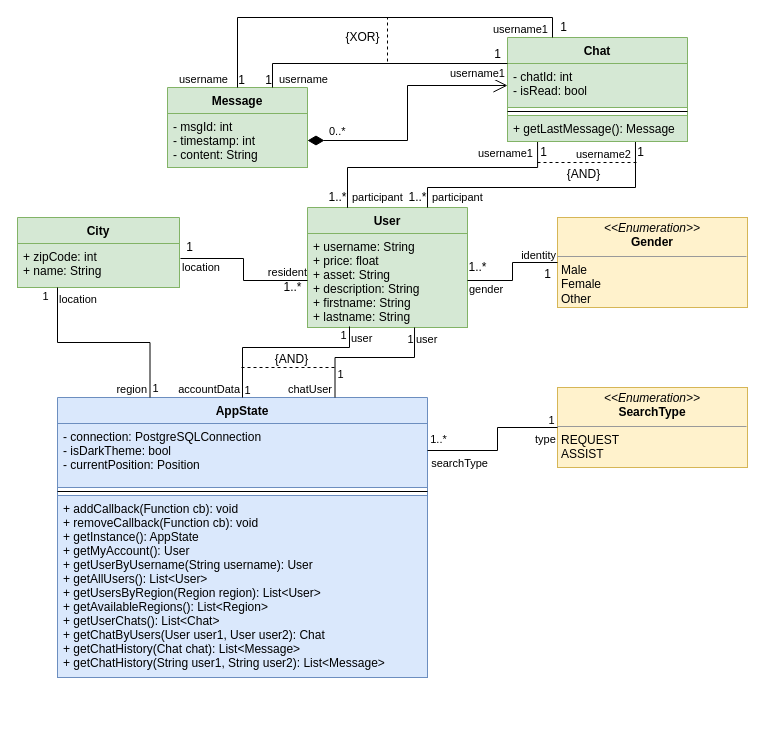
Before: doc/uml.drawio in matwoess/helpout, a draw.io diagram. Source tidied: cells renumbered, new cells numbered last; positions are measured from the earlier drawing's top-left corner, leaving out a move shared by most shapes. Both pictures are drawn from the tidied source at 100%, with x=0, y=0 at pixel (17, 17).
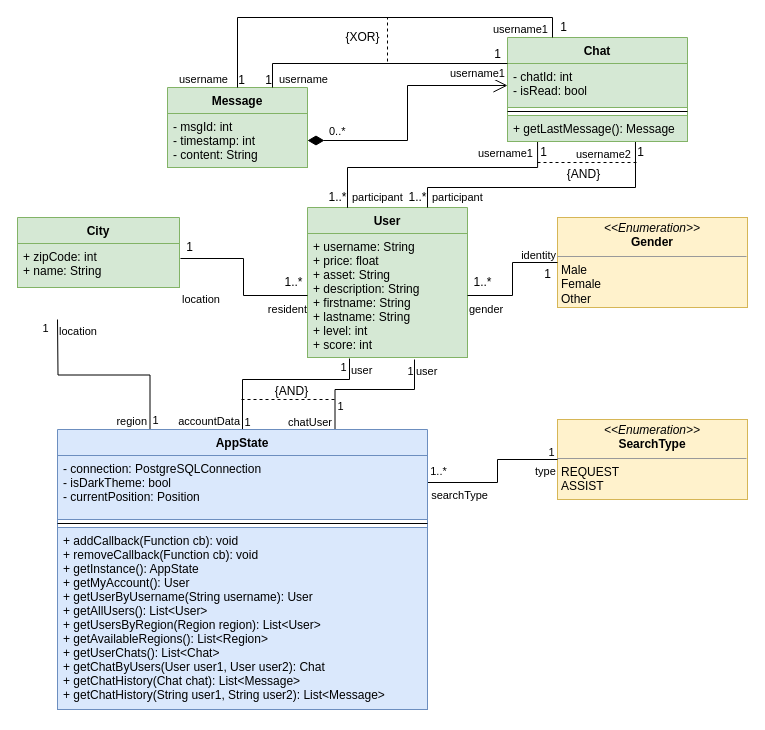
The same page after the edit.

Unchanged cells that the change refers to:
```xml
<mxCell id="7" value="+ zipCode: int&#10;+ name: String" style="text;strokeColor=#82b366;fillColor=#d5e8d4;align=left;verticalAlign=top;spacingLeft=4;spacingRight=4;overflow=hidden;points=[[0,0.5],[1,0.5]];portConstraint=eastwest;" parent="6" vertex="1">
  <mxGeometry y="26" width="162" height="44" as="geometry" />
</mxCell>
<mxCell id="14" style="endArrow=none;html=1;edgeStyle=orthogonalEdgeStyle;fontColor=#000000;exitX=1;exitY=0.5;exitDx=0;exitDy=0;entryX=0;entryY=0.5;entryDx=0;entryDy=0;rounded=0;" parent="1" edge="1" source="3" target="5">
  <mxGeometry relative="1" as="geometry" />
</mxCell>
<mxCell id="19" style="endArrow=none;html=1;edgeStyle=orthogonalEdgeStyle;fontColor=#000000;exitX=1.006;exitY=0.341;exitDx=0;exitDy=0;entryX=0;entryY=0.5;entryDx=0;entryDy=0;rounded=0;exitPerimeter=0;" parent="1" edge="1" source="7" target="3">
  <mxGeometry relative="1" as="geometry" />
</mxCell>
```

Diff of the diagram source:
```diff
@@
     <mxCell id="2" value="User" style="swimlane;fontStyle=1;align=center;verticalAlign=top;horizontal=1;startSize=26;fillColor=#d5e8d4;strokeColor=#82b366;" parent="1" vertex="1">
-      <mxGeometry x="290" y="190" width="160" height="120" as="geometry" />
+      <mxGeometry x="290" y="190" width="160" height="150" as="geometry" />
     </mxCell>
-    <mxCell id="3" value="+ username: String&#10;+ price: float&#10;+ asset: String&#10;+ description: String&#10;+ firstname: String&#10;+ lastname: String" style="text;strokeColor=#82b366;fillColor=#d5e8d4;align=left;verticalAlign=top;spacingLeft=4;spacingRight=4;overflow=hidden;points=[[0,0.5],[1,0.5]];portConstraint=eastwest;" parent="2" vertex="1">
-      <mxGeometry y="26" width="160" height="94" as="geometry" />
+    <mxCell id="3" value="+ username: String&#10;+ price: float&#10;+ asset: String&#10;+ description: String&#10;+ firstname: String&#10;+ lastname: String&#10;+ level: int&#10;+ score: int" style="text;strokeColor=#82b366;fillColor=#d5e8d4;align=left;verticalAlign=top;spacingLeft=4;spacingRight=4;overflow=hidden;points=[[0,0.5],[1,0.5]];portConstraint=eastwest;" parent="2" vertex="1">
+      <mxGeometry y="26" width="160" height="124" as="geometry" />
     </mxCell>
     <mxCell id="4" style="line;strokeWidth=1;fillColor=none;align=left;verticalAlign=middle;spacingTop=-1;spacingLeft=3;spacingRight=3;labelPosition=right;" parent="2" vertex="1">
-      <mxGeometry y="120" width="160" as="geometry" />
+      <mxGeometry y="150" width="160" as="geometry" />
     </mxCell>
@@
     <mxCell id="15" value="gender" style="edgeLabel;html=1;align=left;verticalAlign=bottom;" parent="14" vertex="1">
       <mxGeometry x="-1" relative="1" as="geometry">
-        <mxPoint y="17" as="offset" />
+        <mxPoint y="22" as="offset" />
       </mxGeometry>
     </mxCell>
@@
     <mxCell id="18" value="1..*" style="text;html=1;align=center;verticalAlign=middle;fontColor=#000000;" parent="1" vertex="1">
-      <mxGeometry x="445" y="240" width="30" height="20" as="geometry" />
+      <mxGeometry x="450" y="255" width="30" height="20" as="geometry" />
     </mxCell>
@@
     <mxCell id="20" value="location" style="edgeLabel;html=1;align=left;verticalAlign=bottom;" parent="19" vertex="1">
       <mxGeometry x="-1" relative="1" as="geometry">
-        <mxPoint y="17" as="offset" />
+        <mxPoint y="49" as="offset" />
       </mxGeometry>
     </mxCell>
     <mxCell id="21" value="resident" style="edgeLabel;html=1;align=right;verticalAlign=bottom;" parent="19" vertex="1">
       <mxGeometry x="1" relative="1" as="geometry">
-        <mxPoint x="-0.1" as="offset" />
+        <mxPoint x="-0.1" y="22" as="offset" />
       </mxGeometry>
     </mxCell>
@@
     <mxCell id="23" value="1..*" style="text;html=1;align=center;verticalAlign=middle;fontColor=#000000;" parent="1" vertex="1">
-      <mxGeometry x="260" y="260" width="30" height="20" as="geometry" />
+      <mxGeometry x="261" y="255" width="30" height="20" as="geometry" />
     </mxCell>
     <mxCell id="24" value="&lt;p style=&quot;margin: 0px ; margin-top: 4px ; text-align: center&quot;&gt;&lt;i&gt;&amp;lt;&amp;lt;Enumeration&amp;gt;&amp;gt;&lt;/i&gt;&lt;br&gt;&lt;b&gt;SearchType&lt;/b&gt;&lt;/p&gt;&lt;hr size=&quot;1&quot;&gt;&lt;p style=&quot;margin: 0px ; margin-left: 4px&quot;&gt;REQUEST&lt;/p&gt;&lt;p style=&quot;margin: 0px ; margin-left: 4px&quot;&gt;ASSIST&lt;/p&gt;&lt;hr size=&quot;1&quot;&gt;&lt;p style=&quot;margin: 0px ; margin-left: 4px&quot;&gt;&lt;br&gt;&lt;/p&gt;" style="verticalAlign=top;align=left;overflow=fill;fontSize=12;fontFamily=Helvetica;html=1;fillColor=#fff2cc;strokeColor=#d6b656;" parent="1" vertex="1">
-      <mxGeometry x="540" y="370" width="190" height="80" as="geometry" />
+      <mxGeometry x="540" y="402" width="190" height="80" as="geometry" />
     </mxCell>
-    <mxCell id="25" value="AppState" style="swimlane;fontStyle=1;align=center;verticalAlign=top;horizontal=1;startSize=26;fillColor=#dae8fc;strokeColor=#6c8ebf;" parent="1" vertex="1">
-      <mxGeometry x="40" y="380" width="370" height="280" as="geometry" />
-    </mxCell>
-    <mxCell id="26" value="- connection: PostgreSQLConnection&#10;- isDarkTheme: bool&#10;- currentPosition: Position" style="text;strokeColor=#6c8ebf;fillColor=#dae8fc;align=left;verticalAlign=top;spacingLeft=4;spacingRight=4;overflow=hidden;" parent="25" vertex="1">
-      <mxGeometry y="26" width="370" height="64" as="geometry" />
-    </mxCell>
-    <mxCell id="27" style="line;strokeWidth=1;fillColor=none;align=left;verticalAlign=middle;spacingTop=-1;spacingLeft=3;spacingRight=3;labelPosition=right;" parent="25" vertex="1">
-      <mxGeometry y="90" width="370" height="8" as="geometry" />
-    </mxCell>
-    <mxCell id="28" value="+ addCallback(Function cb): void&#10;+ removeCallback(Function cb): void&#10;+ getInstance(): AppState&#10;+ getMyAccount(): User&#10;+ getUserByUsername(String username): User&#10;+ getAllUsers(): List&lt;User&gt;&#10;+ getUsersByRegion(Region region): List&lt;User&gt;&#10;+ getAvailableRegions(): List&lt;Region&gt;&#10;+ getUserChats(): List&lt;Chat&gt;&#10;+ getChatByUsers(User user1, User user2): Chat&#10;+ getChatHistory(Chat chat): List&lt;Message&gt;&#10;+ getChatHistory(String user1, String user2): List&lt;Message&gt;&#10; " style="text;strokeColor=#6c8ebf;fillColor=#dae8fc;align=left;verticalAlign=top;spacingLeft=4;spacingRight=4;overflow=hidden;" parent="25" vertex="1">
-      <mxGeometry y="98" width="370" height="182" as="geometry" />
-    </mxCell>
-    <mxCell id="29" style="endArrow=none;html=1;edgeStyle=orthogonalEdgeStyle;fontColor=#000000;entryX=0.25;entryY=0;entryDx=0;entryDy=0;exitX=0.247;exitY=1;exitDx=0;exitDy=0;exitPerimeter=0;rounded=0;" parent="1" edge="1" source="7" target="25">
-      <mxGeometry relative="1" as="geometry" />
+    <mxCell id="29" style="endArrow=none;html=1;edgeStyle=orthogonalEdgeStyle;fontColor=#000000;entryX=0.25;entryY=0;entryDx=0;entryDy=0;exitX=0.247;exitY=1;exitDx=0;exitDy=0;exitPerimeter=0;rounded=0;" parent="1" edge="1" target="25">
+      <mxGeometry relative="1" as="geometry">
+        <mxPoint x="40" y="302" as="sourcePoint" />
+      </mxGeometry>
     </mxCell>
@@
     <mxCell id="32" style="endArrow=none;html=1;edgeStyle=orthogonalEdgeStyle;fontColor=#000000;entryX=0.5;entryY=0;entryDx=0;entryDy=0;rounded=0;" parent="1" edge="1" target="25">
       <mxGeometry relative="1" as="geometry">
-        <mxPoint x="332" y="309" as="sourcePoint" />
+        <mxPoint x="332" y="341" as="sourcePoint" />
         <Array as="points">
-          <mxPoint x="332" y="330" />
-          <mxPoint x="225" y="330" />
+          <mxPoint x="332" y="362" />
+          <mxPoint x="225" y="362" />
         </Array>
       </mxGeometry>
     </mxCell>
@@
-    <mxCell id="35" style="endArrow=none;html=1;edgeStyle=orthogonalEdgeStyle;fontColor=#000000;entryX=0.75;entryY=0;entryDx=0;entryDy=0;exitX=0.669;exitY=1;exitDx=0;exitDy=0;exitPerimeter=0;rounded=0;" parent="1" edge="1" source="3" target="25">
+    <mxCell id="35" style="endArrow=none;html=1;edgeStyle=orthogonalEdgeStyle;fontColor=#000000;entryX=0.75;entryY=0;entryDx=0;entryDy=0;exitX=0.669;exitY=1;exitDx=0;exitDy=0;exitPerimeter=0;rounded=0;" parent="1" edge="1" target="25">
       <mxGeometry relative="1" as="geometry">
+        <mxPoint x="397" y="342" as="sourcePoint" />
         <Array as="points">
-          <mxPoint x="397" y="340" />
-          <mxPoint x="318" y="340" />
+          <mxPoint x="397" y="372" />
+          <mxPoint x="318" y="372" />
         </Array>
       </mxGeometry>
     </mxCell>
@@
     <mxCell id="39" value="1" style="edgeLabel;html=1;align=center;verticalAlign=middle;fontColor=#000000;" parent="1" vertex="1">
-      <mxGeometry x="345" y="392" as="geometry">
+      <mxGeometry x="345" y="424" as="geometry">
         <mxPoint x="-318" y="-114" as="offset" />
       </mxGeometry>
     </mxCell>
     <mxCell id="40" value="1" style="edgeLabel;html=1;align=center;verticalAlign=middle;fontColor=#000000;" parent="1" vertex="1">
-      <mxGeometry x="357" y="403" as="geometry">
+      <mxGeometry x="357" y="435" as="geometry">
         <mxPoint x="-220" y="-33" as="offset" />
       </mxGeometry>
     </mxCell>
     <mxCell id="41" value="1" style="edgeLabel;html=1;align=center;verticalAlign=middle;fontColor=#000000;" parent="1" vertex="1">
-      <mxGeometry x="365" y="412" as="geometry">
+      <mxGeometry x="365" y="444" as="geometry">
         <mxPoint x="-136" y="-40" as="offset" />
       </mxGeometry>
     </mxCell>
     <mxCell id="42" value="1" style="edgeLabel;html=1;align=center;verticalAlign=middle;fontColor=#000000;" parent="1" vertex="1">
-      <mxGeometry x="380" y="396" as="geometry">
+      <mxGeometry x="380" y="428" as="geometry">
         <mxPoint x="-55" y="-79" as="offset" />
       </mxGeometry>
     </mxCell>
     <mxCell id="43" value="1" style="edgeLabel;html=1;align=center;verticalAlign=middle;fontColor=#000000;" parent="1" vertex="1">
-      <mxGeometry x="374" y="440" as="geometry">
+      <mxGeometry x="374" y="472" as="geometry">
         <mxPoint x="18" y="-119" as="offset" />
       </mxGeometry>
     </mxCell>
     <mxCell id="44" value="1" style="edgeLabel;html=1;align=center;verticalAlign=middle;fontColor=#000000;" parent="1" vertex="1">
-      <mxGeometry x="384" y="425" as="geometry">
+      <mxGeometry x="384" y="457" as="geometry">
         <mxPoint x="149" y="-23" as="offset" />
       </mxGeometry>
     </mxCell>
     <mxCell id="45" style="endArrow=none;html=1;edgeStyle=orthogonalEdgeStyle;fontColor=#000000;exitX=0;exitY=0.5;exitDx=0;exitDy=0;rounded=0;" parent="1" edge="1" source="24">
       <mxGeometry relative="1" as="geometry">
-        <mxPoint x="410" y="433" as="targetPoint" />
+        <mxPoint x="410" y="465" as="targetPoint" />
         <Array as="points">
-          <mxPoint x="480" y="410" />
-          <mxPoint x="480" y="433" />
+          <mxPoint x="480" y="442" />
+          <mxPoint x="480" y="465" />
         </Array>
       </mxGeometry>
     </mxCell>
@@
     <mxCell id="66" style="endArrow=none;dashed=1;endFill=0;endSize=12;html=1;fontColor=#000000;" parent="1" edge="1">
       <mxGeometry relative="1" as="geometry">
-        <mxPoint x="224" y="350" as="sourcePoint" />
-        <mxPoint x="320" y="350" as="targetPoint" />
+        <mxPoint x="224" y="382" as="sourcePoint" />
+        <mxPoint x="320" y="382" as="targetPoint" />
       </mxGeometry>
     </mxCell>
     <mxCell id="67" value="{AND}" style="text;html=1;align=center;verticalAlign=middle;fontColor=#000000;" parent="1" vertex="1">
-      <mxGeometry x="249" y="332" width="50" height="20" as="geometry" />
+      <mxGeometry x="249" y="364" width="50" height="20" as="geometry" />
     </mxCell>
@@
+    <mxCell id="25" value="AppState" style="swimlane;fontStyle=1;align=center;verticalAlign=top;horizontal=1;startSize=26;fillColor=#dae8fc;strokeColor=#6c8ebf;" parent="1" vertex="1">
+      <mxGeometry x="40" y="412" width="370" height="280" as="geometry" />
+    </mxCell>
+    <mxCell id="26" value="- connection: PostgreSQLConnection&#10;- isDarkTheme: bool&#10;- currentPosition: Position" style="text;strokeColor=#6c8ebf;fillColor=#dae8fc;align=left;verticalAlign=top;spacingLeft=4;spacingRight=4;overflow=hidden;" parent="25" vertex="1">
+      <mxGeometry y="26" width="370" height="64" as="geometry" />
+    </mxCell>
+    <mxCell id="27" style="line;strokeWidth=1;fillColor=none;align=left;verticalAlign=middle;spacingTop=-1;spacingLeft=3;spacingRight=3;labelPosition=right;" parent="25" vertex="1">
+      <mxGeometry y="90" width="370" height="8" as="geometry" />
+    </mxCell>
+    <mxCell id="28" value="+ addCallback(Function cb): void&#10;+ removeCallback(Function cb): void&#10;+ getInstance(): AppState&#10;+ getMyAccount(): User&#10;+ getUserByUsername(String username): User&#10;+ getAllUsers(): List&lt;User&gt;&#10;+ getUsersByRegion(Region region): List&lt;User&gt;&#10;+ getAvailableRegions(): List&lt;Region&gt;&#10;+ getUserChats(): List&lt;Chat&gt;&#10;+ getChatByUsers(User user1, User user2): Chat&#10;+ getChatHistory(Chat chat): List&lt;Message&gt;&#10;+ getChatHistory(String user1, String user2): List&lt;Message&gt;&#10; " style="text;strokeColor=#6c8ebf;fillColor=#dae8fc;align=left;verticalAlign=top;spacingLeft=4;spacingRight=4;overflow=hidden;" parent="25" vertex="1">
+      <mxGeometry y="98" width="370" height="182" as="geometry" />
+    </mxCell>
```
